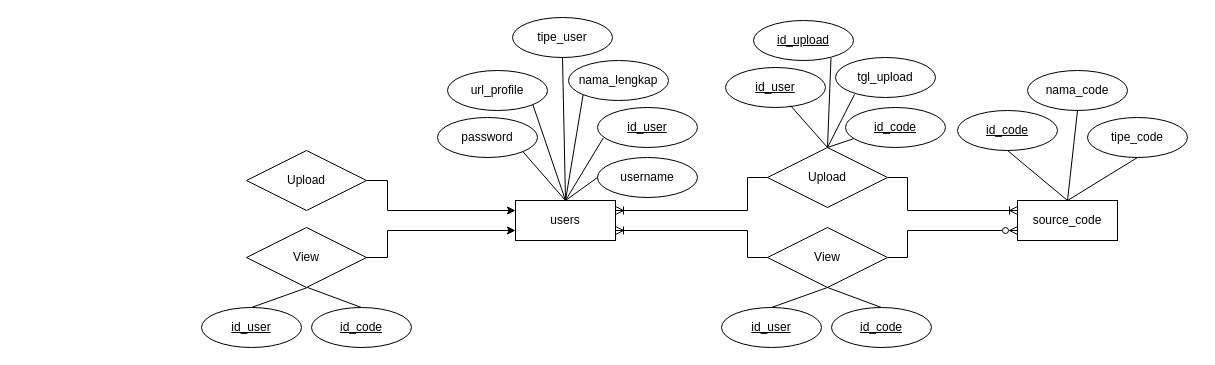
dapzz-id/DrawIO keeps this draw.io diagram as page "ERD" (8 of 8) of KP2.drawio. Above is the earlier version. Source tidied: cells renumbered, new cells numbered last; positions are measured from the earlier drawing's top-left corner, leaving out a move shared by most shapes. Both pictures are drawn from the tidied source at 100%, with x=0, y=0 at pixel (201, 17).
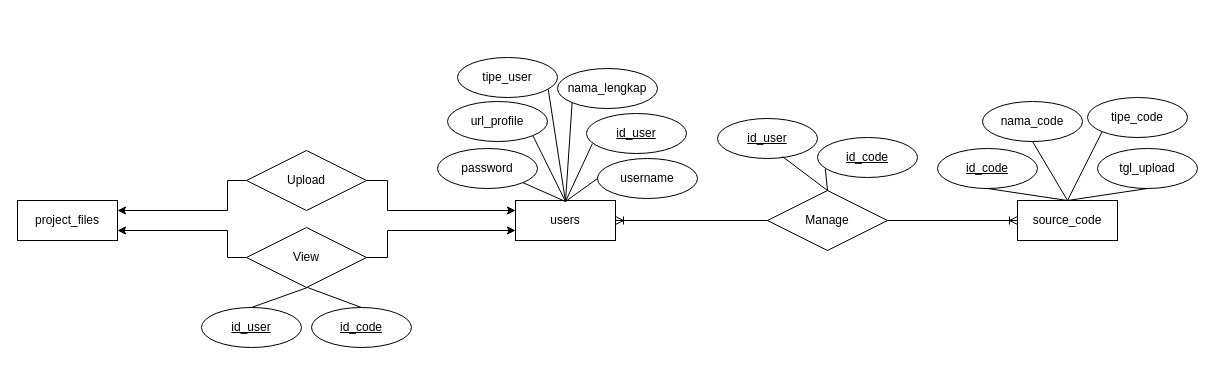
The same diagram, later.

Unchanged cells that the change refers to:
```xml
<mxCell id="4" value="users" style="whiteSpace=wrap;html=1;align=center;" parent="1" vertex="1">
  <mxGeometry x="314" y="183" width="100" height="40" as="geometry" />
</mxCell>
<mxCell id="18" value="source_code" style="whiteSpace=wrap;html=1;align=center;" parent="1" vertex="1">
  <mxGeometry x="816" y="183" width="100" height="40" as="geometry" />
</mxCell>
<mxCell id="41" value="Upload" style="shape=rhombus;perimeter=rhombusPerimeter;whiteSpace=wrap;html=1;align=center;" parent="1" vertex="1">
  <mxGeometry x="45" y="133" width="120" height="60" as="geometry" />
</mxCell>
<mxCell id="43" value="View" style="shape=rhombus;perimeter=rhombusPerimeter;whiteSpace=wrap;html=1;align=center;" parent="1" vertex="1">
  <mxGeometry x="45" y="210" width="120" height="60" as="geometry" />
</mxCell>
```

Change to the diagram source:
```diff
@@
-    <mxCell id="2" style="edgeStyle=orthogonalEdgeStyle;rounded=0;jettySize=auto;html=1;exitX=1;exitY=0.25;exitDx=0;exitDy=0;entryX=0;entryY=0.5;entryDx=0;entryDy=0;endArrow=none;endFill=0;startArrow=ERoneToMany;startFill=0;" parent="1" edge="1" source="4" target="20">
-      <mxGeometry relative="1" as="geometry">
-        <Array as="points">
-          <mxPoint x="546" y="193" />
-          <mxPoint x="546" y="160" />
-        </Array>
-      </mxGeometry>
-    </mxCell>
-    <mxCell id="3" style="edgeStyle=orthogonalEdgeStyle;rounded=0;jettySize=auto;html=1;exitX=1;exitY=0.75;exitDx=0;exitDy=0;entryX=0;entryY=0.5;entryDx=0;entryDy=0;endArrow=none;endFill=0;startArrow=ERoneToMany;startFill=0;" parent="1" edge="1" source="4" target="35">
-      <mxGeometry relative="1" as="geometry">
-        <Array as="points">
-          <mxPoint x="546" y="213" />
-          <mxPoint x="546" y="240" />
-        </Array>
-      </mxGeometry>
-    </mxCell>
@@
     <mxCell id="5" value="id_user" style="ellipse;whiteSpace=wrap;html=1;align=center;fontStyle=4;" parent="1" vertex="1">
-      <mxGeometry x="396" y="90" width="100" height="40" as="geometry" />
+      <mxGeometry x="385" y="96" width="100" height="40" as="geometry" />
     </mxCell>
     <mxCell id="6" value="nama_lengkap" style="ellipse;whiteSpace=wrap;html=1;align=center;" parent="1" vertex="1">
-      <mxGeometry x="367" y="43" width="100" height="40" as="geometry" />
+      <mxGeometry x="356" y="51" width="100" height="40" as="geometry" />
     </mxCell>
     <mxCell id="7" value="tipe_user" style="ellipse;whiteSpace=wrap;html=1;align=center;" parent="1" vertex="1">
-      <mxGeometry x="311" width="100" height="40" as="geometry" />
+      <mxGeometry x="256" y="40" width="100" height="40" as="geometry" />
     </mxCell>
     <mxCell id="8" value="url_profile" style="ellipse;whiteSpace=wrap;html=1;align=center;" parent="1" vertex="1">
-      <mxGeometry x="246" y="53" width="100" height="40" as="geometry" />
+      <mxGeometry x="246" y="84" width="100" height="40" as="geometry" />
     </mxCell>
     <mxCell id="9" value="username" style="ellipse;whiteSpace=wrap;html=1;align=center;" parent="1" vertex="1">
-      <mxGeometry x="396" y="140" width="100" height="40" as="geometry" />
+      <mxGeometry x="396" y="141" width="100" height="40" as="geometry" />
     </mxCell>
     <mxCell id="10" value="password" style="ellipse;whiteSpace=wrap;html=1;align=center;" parent="1" vertex="1">
-      <mxGeometry x="236" y="100" width="100" height="40" as="geometry" />
+      <mxGeometry x="236" y="131" width="100" height="40" as="geometry" />
     </mxCell>
-    <mxCell id="11" style="endArrow=none;html=1;rounded=0;exitX=0;exitY=0.5;exitDx=0;exitDy=0;entryX=0.5;entryY=0;entryDx=0;entryDy=0;" parent="1" edge="1" source="9" target="4">
-      <mxGeometry relative="1" as="geometry" />
+    <mxCell id="11" style="endArrow=none;html=1;rounded=0;exitX=0;exitY=0.5;exitDx=0;exitDy=0;entryX=0.5;entryY=0;entryDx=0;entryDy=0;" parent="1" edge="1" source="9">
+      <mxGeometry relative="1" as="geometry">
+        <mxPoint x="364" y="184" as="targetPoint" />
+      </mxGeometry>
     </mxCell>
-    <mxCell id="12" style="endArrow=none;html=1;rounded=0;exitX=1;exitY=1;exitDx=0;exitDy=0;entryX=0.5;entryY=0;entryDx=0;entryDy=0;" parent="1" edge="1" source="10" target="4">
-      <mxGeometry relative="1" as="geometry" />
+    <mxCell id="12" style="endArrow=none;html=1;rounded=0;exitX=1;exitY=1;exitDx=0;exitDy=0;entryX=0.5;entryY=0;entryDx=0;entryDy=0;" parent="1" edge="1" source="10">
+      <mxGeometry relative="1" as="geometry">
+        <mxPoint x="364" y="184" as="targetPoint" />
+      </mxGeometry>
     </mxCell>
-    <mxCell id="13" style="endArrow=none;html=1;rounded=0;exitX=1;exitY=1;exitDx=0;exitDy=0;entryX=0.5;entryY=0;entryDx=0;entryDy=0;" parent="1" edge="1" source="8" target="4">
-      <mxGeometry relative="1" as="geometry" />
+    <mxCell id="13" style="endArrow=none;html=1;rounded=0;exitX=1;exitY=1;exitDx=0;exitDy=0;entryX=0.5;entryY=0;entryDx=0;entryDy=0;" parent="1" edge="1" source="8">
+      <mxGeometry relative="1" as="geometry">
+        <mxPoint x="364" y="184" as="targetPoint" />
+      </mxGeometry>
     </mxCell>
-    <mxCell id="14" style="endArrow=none;html=1;rounded=0;exitX=0.058;exitY=0.759;exitDx=0;exitDy=0;entryX=0.5;entryY=0;entryDx=0;entryDy=0;exitPerimeter=0;" parent="1" edge="1" source="5" target="4">
-      <mxGeometry relative="1" as="geometry" />
+    <mxCell id="14" style="endArrow=none;html=1;rounded=0;exitX=0.058;exitY=0.759;exitDx=0;exitDy=0;entryX=0.5;entryY=0;entryDx=0;entryDy=0;exitPerimeter=0;" parent="1" edge="1" source="5">
+      <mxGeometry relative="1" as="geometry">
+        <mxPoint x="364" y="184" as="targetPoint" />
+      </mxGeometry>
     </mxCell>
-    <mxCell id="15" style="endArrow=none;html=1;rounded=0;exitX=0.5;exitY=1;exitDx=0;exitDy=0;entryX=0.5;entryY=0;entryDx=0;entryDy=0;" parent="1" edge="1" source="7" target="4">
-      <mxGeometry relative="1" as="geometry" />
+    <mxCell id="15" style="endArrow=none;html=1;rounded=0;exitX=0.908;exitY=0.806;exitDx=0;exitDy=0;entryX=0.5;entryY=0;entryDx=0;entryDy=0;exitPerimeter=0;" parent="1" edge="1" source="7">
+      <mxGeometry relative="1" as="geometry">
+        <mxPoint x="364" y="184" as="targetPoint" />
+      </mxGeometry>
     </mxCell>
-    <mxCell id="16" style="endArrow=none;html=1;rounded=0;entryX=0.5;entryY=0;entryDx=0;entryDy=0;exitX=0;exitY=1;exitDx=0;exitDy=0;" parent="1" edge="1" source="6" target="4">
-      <mxGeometry relative="1" as="geometry" />
+    <mxCell id="16" style="endArrow=none;html=1;rounded=0;entryX=0.5;entryY=0;entryDx=0;entryDy=0;exitX=0;exitY=1;exitDx=0;exitDy=0;" parent="1" edge="1" source="6">
+      <mxGeometry relative="1" as="geometry">
+        <mxPoint x="364" y="184" as="targetPoint" />
+      </mxGeometry>
     </mxCell>
-    <mxCell id="17" style="edgeStyle=orthogonalEdgeStyle;rounded=0;jettySize=auto;html=1;exitX=0;exitY=0.75;exitDx=0;exitDy=0;entryX=1;entryY=0.5;entryDx=0;entryDy=0;endArrow=none;endFill=0;startArrow=ERzeroToMany;startFill=0;" parent="1" edge="1" source="18" target="35">
-      <mxGeometry relative="1" as="geometry">
-        <Array as="points">
-          <mxPoint x="706" y="213" />
-          <mxPoint x="706" y="240" />
-        </Array>
-      </mxGeometry>
-    </mxCell>
@@
+    <mxCell id="48" style="edgeStyle=orthogonalEdgeStyle;rounded=0;jettySize=auto;html=1;exitX=0;exitY=0.5;exitDx=0;exitDy=0;entryX=1;entryY=0.5;entryDx=0;entryDy=0;endArrow=ERoneToMany;endFill=0;" parent="1" edge="1" source="20" target="4">
+      <mxGeometry relative="1" as="geometry" />
+    </mxCell>
-    <mxCell id="19" style="edgeStyle=orthogonalEdgeStyle;rounded=0;jettySize=auto;html=1;endArrow=ERoneToMany;endFill=0;entryX=0;entryY=0.25;entryDx=0;entryDy=0;" parent="1" edge="1" source="20" target="18">
-      <mxGeometry relative="1" as="geometry">
-        <Array as="points">
-          <mxPoint x="706" y="160" />
-          <mxPoint x="706" y="193" />
-        </Array>
-      </mxGeometry>
+    <mxCell id="19" style="edgeStyle=orthogonalEdgeStyle;rounded=0;jettySize=auto;html=1;exitX=1;exitY=0.5;exitDx=0;exitDy=0;entryX=0;entryY=0.5;entryDx=0;entryDy=0;endArrow=ERoneToMany;endFill=0;" parent="1" edge="1" source="20" target="18">
+      <mxGeometry relative="1" as="geometry" />
     </mxCell>
-    <mxCell id="20" value="Upload" style="shape=rhombus;perimeter=rhombusPerimeter;whiteSpace=wrap;html=1;align=center;" parent="1" vertex="1">
-      <mxGeometry x="566" y="130" width="120" height="60" as="geometry" />
+    <mxCell id="20" value="Manage" style="shape=rhombus;perimeter=rhombusPerimeter;whiteSpace=wrap;html=1;align=center;" parent="1" vertex="1">
+      <mxGeometry x="566" y="173" width="120" height="60" as="geometry" />
     </mxCell>
     <mxCell id="21" value="id_code" style="ellipse;whiteSpace=wrap;html=1;align=center;fontStyle=4;" parent="1" vertex="1">
-      <mxGeometry x="644" y="90" width="100" height="40" as="geometry" />
+      <mxGeometry x="616" y="120" width="100" height="40" as="geometry" />
     </mxCell>
     <mxCell id="22" value="id_user" style="ellipse;whiteSpace=wrap;html=1;align=center;fontStyle=4;" parent="1" vertex="1">
-      <mxGeometry x="524" y="50" width="100" height="40" as="geometry" />
+      <mxGeometry x="516" y="101" width="100" height="40" as="geometry" />
     </mxCell>
@@
     <mxCell id="25" value="id_code" style="ellipse;whiteSpace=wrap;html=1;align=center;fontStyle=4;" parent="1" vertex="1">
-      <mxGeometry x="756" y="93" width="100" height="40" as="geometry" />
+      <mxGeometry x="736" y="131" width="100" height="40" as="geometry" />
     </mxCell>
@@
     <mxCell id="27" value="nama_code" style="ellipse;whiteSpace=wrap;html=1;align=center;" parent="1" vertex="1">
-      <mxGeometry x="826" y="53" width="100" height="40" as="geometry" />
+      <mxGeometry x="781" y="84" width="100" height="40" as="geometry" />
     </mxCell>
@@
     <mxCell id="29" value="tipe_code" style="ellipse;whiteSpace=wrap;html=1;align=center;" parent="1" vertex="1">
-      <mxGeometry x="886" y="100" width="100" height="40" as="geometry" />
+      <mxGeometry x="886" y="80" width="100" height="40" as="geometry" />
     </mxCell>
-    <mxCell id="30" style="endArrow=none;html=1;rounded=0;exitX=0.5;exitY=1;exitDx=0;exitDy=0;entryX=0.5;entryY=0;entryDx=0;entryDy=0;" parent="1" edge="1" source="29" target="18">
+    <mxCell id="30" style="endArrow=none;html=1;rounded=0;exitX=0;exitY=1;exitDx=0;exitDy=0;entryX=0.5;entryY=0;entryDx=0;entryDy=0;" parent="1" edge="1" source="29" target="18">
       <mxGeometry relative="1" as="geometry" />
     </mxCell>
-    <mxCell id="31" value="id_upload" style="ellipse;whiteSpace=wrap;html=1;align=center;fontStyle=4;" parent="1" vertex="1">
-      <mxGeometry x="552" y="3" width="100" height="40" as="geometry" />
-    </mxCell>
-    <mxCell id="32" style="endArrow=none;html=1;rounded=0;exitX=0.775;exitY=0.934;exitDx=0;exitDy=0;entryX=0.5;entryY=0;entryDx=0;entryDy=0;exitPerimeter=0;" parent="1" edge="1" source="31" target="20">
-      <mxGeometry relative="1" as="geometry" />
-    </mxCell>
-    <mxCell id="33" value="tgl_upload" style="ellipse;whiteSpace=wrap;html=1;align=center;" parent="1" vertex="1">
-      <mxGeometry x="634" y="40" width="100" height="40" as="geometry" />
-    </mxCell>
-    <mxCell id="34" style="endArrow=none;html=1;rounded=0;exitX=0.19;exitY=0.922;exitDx=0;exitDy=0;exitPerimeter=0;entryX=0.5;entryY=0;entryDx=0;entryDy=0;" parent="1" edge="1" source="33" target="20">
-      <mxGeometry relative="1" as="geometry" />
-    </mxCell>
-    <mxCell id="35" value="View" style="shape=rhombus;perimeter=rhombusPerimeter;whiteSpace=wrap;html=1;align=center;" parent="1" vertex="1">
-      <mxGeometry x="566" y="210" width="120" height="60" as="geometry" />
-    </mxCell>
-    <mxCell id="36" value="id_user" style="ellipse;whiteSpace=wrap;html=1;align=center;fontStyle=4;" parent="1" vertex="1">
-      <mxGeometry x="520" y="290" width="100" height="40" as="geometry" />
-    </mxCell>
-    <mxCell id="37" value="id_code" style="ellipse;whiteSpace=wrap;html=1;align=center;fontStyle=4;" parent="1" vertex="1">
-      <mxGeometry x="630" y="290" width="100" height="40" as="geometry" />
-    </mxCell>
-    <mxCell id="38" style="endArrow=none;html=1;rounded=0;exitX=0.5;exitY=0;exitDx=0;exitDy=0;entryX=0.5;entryY=1;entryDx=0;entryDy=0;" parent="1" edge="1" source="36" target="35">
-      <mxGeometry relative="1" as="geometry" />
-    </mxCell>
-    <mxCell id="39" style="endArrow=none;html=1;rounded=0;exitX=0.5;exitY=1;exitDx=0;exitDy=0;entryX=0.5;entryY=0;entryDx=0;entryDy=0;" parent="1" edge="1" source="35" target="37">
-      <mxGeometry relative="1" as="geometry" />
-    </mxCell>
@@
+    <mxCell id="49" style="edgeStyle=orthogonalEdgeStyle;rounded=0;jettySize=auto;html=1;exitX=0;exitY=0.5;exitDx=0;exitDy=0;entryX=1;entryY=0.25;entryDx=0;entryDy=0;" parent="1" edge="1" source="41" target="51">
+      <mxGeometry relative="1" as="geometry">
+        <Array as="points">
+          <mxPoint x="26" y="163" />
+          <mxPoint x="26" y="193" />
+        </Array>
+      </mxGeometry>
+    </mxCell>
@@
+    <mxCell id="50" style="edgeStyle=orthogonalEdgeStyle;rounded=0;jettySize=auto;html=1;exitX=0;exitY=0.5;exitDx=0;exitDy=0;entryX=1;entryY=0.75;entryDx=0;entryDy=0;" parent="1" edge="1" source="43" target="51">
+      <mxGeometry relative="1" as="geometry">
+        <Array as="points">
+          <mxPoint x="26" y="240" />
+          <mxPoint x="26" y="213" />
+        </Array>
+      </mxGeometry>
+    </mxCell>
@@
+    <mxCell id="51" value="project_files" style="whiteSpace=wrap;html=1;align=center;" parent="1" vertex="1">
+      <mxGeometry x="-184" y="183" width="100" height="40" as="geometry" />
+    </mxCell>
+    <mxCell id="33" value="tgl_upload" style="ellipse;whiteSpace=wrap;html=1;align=center;" parent="1" vertex="1">
+      <mxGeometry x="896" y="131" width="100" height="40" as="geometry" />
+    </mxCell>
+    <mxCell id="52" style="endArrow=none;html=1;rounded=0;exitX=0.5;exitY=1;exitDx=0;exitDy=0;entryX=0.5;entryY=0;entryDx=0;entryDy=0;" parent="1" edge="1" source="33" target="18">
+      <mxGeometry relative="1" as="geometry" />
+    </mxCell>
```
